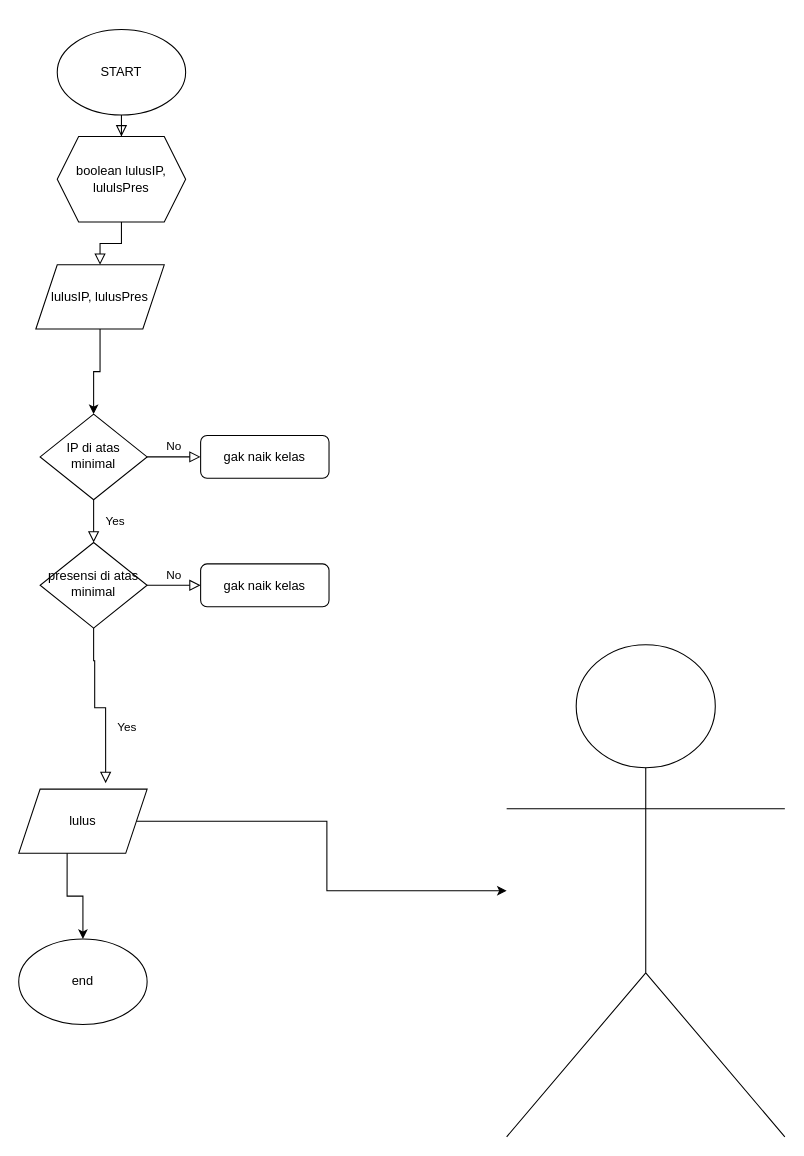
VozSoldat/Kuliah-Yes keeps this draw.io diagram as ddd.drawio. Above is the earlier version. Source tidied: cells renumbered, new cells numbered last; positions are measured from the earlier drawing's top-left corner, leaving out a move shared by most shapes. Both pictures are drawn from the tidied source at 107%, with x=0, y=0 at pixel (18, 29).
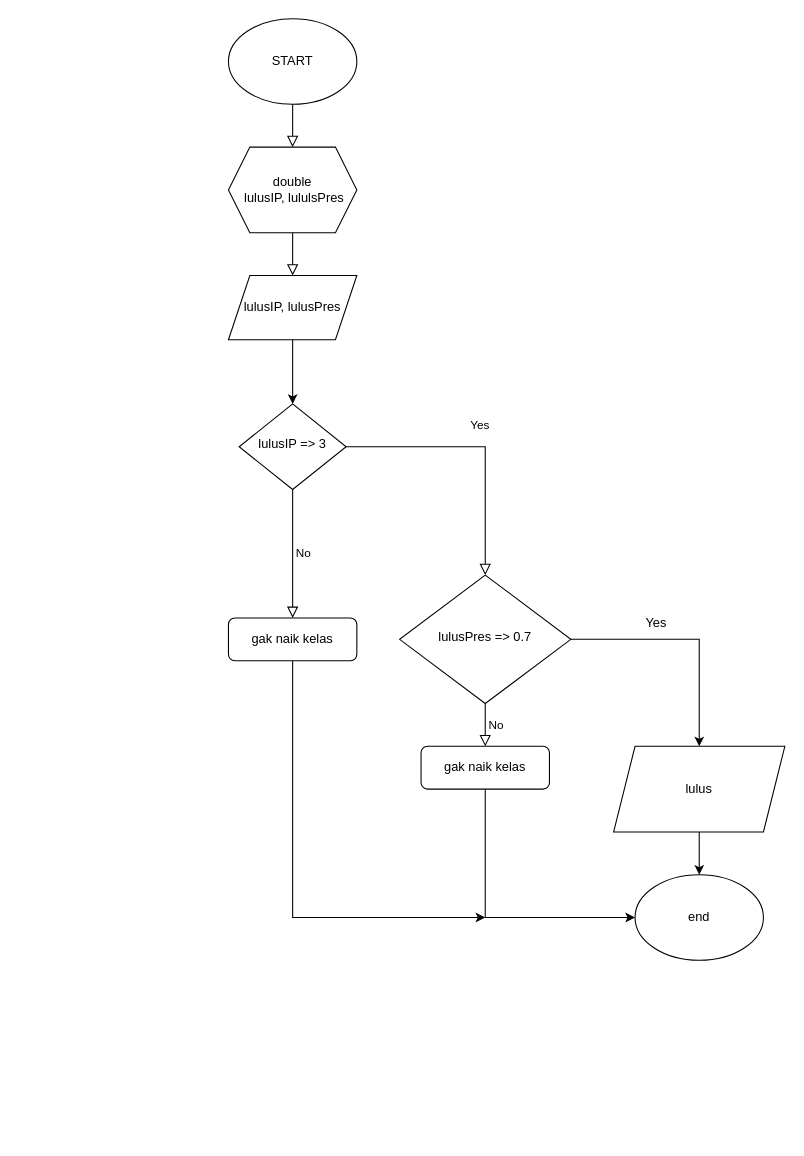
After the change.

The edit, as a diff of the source:
```diff
@@
-    <mxCell id="5" value="IP di atas minimal" style="rhombus;whiteSpace=wrap;html=1;shadow=0;fontFamily=Helvetica;fontSize=12;align=center;strokeWidth=1;spacing=6;spacingTop=-4;" parent="1" vertex="1">
-      <mxGeometry x="20" y="359.5" width="100" height="80" as="geometry" />
+    <mxCell id="5" value="lulusIP =&amp;gt; 3" style="rhombus;whiteSpace=wrap;html=1;shadow=0;fontFamily=Helvetica;fontSize=12;align=center;strokeWidth=1;spacing=6;spacingTop=-4;" parent="1" vertex="1">
+      <mxGeometry x="206" y="350" width="100" height="80" as="geometry" />
     </mxCell>
+    <mxCell id="21" style="edgeStyle=orthogonalEdgeStyle;rounded=0;jettySize=auto;html=1;" parent="1" edge="1" source="6">
+      <mxGeometry relative="1" as="geometry">
+        <mxPoint x="436" y="830" as="targetPoint" />
+        <Array as="points">
+          <mxPoint x="256" y="830" />
+        </Array>
+      </mxGeometry>
+    </mxCell>
     <mxCell id="6" value="gak naik kelas" style="rounded=1;whiteSpace=wrap;html=1;fontSize=12;glass=0;strokeWidth=1;shadow=0;" parent="1" vertex="1">
-      <mxGeometry x="170" y="379.5" width="120" height="40" as="geometry" />
+      <mxGeometry x="196" y="550" width="120" height="40" as="geometry" />
     </mxCell>
-    <mxCell id="7" value="Yes" style="rounded=0;html=1;jettySize=auto;fontSize=11;endArrow=block;endFill=0;endSize=8;strokeWidth=1;shadow=0;labelBackgroundColor=none;edgeStyle=orthogonalEdgeStyle;entryX=0.677;entryY=-0.093;entryDx=0;entryDy=0;entryPerimeter=0;" parent="1" edge="1" source="9" target="19">
-      <mxGeometry x="0.33" y="20" relative="1" as="geometry">
-        <Array as="points">
-          <mxPoint x="70" y="590" />
-          <mxPoint x="71" y="590" />
-          <mxPoint x="71" y="634" />
-        </Array>
-      </mxGeometry>
-    </mxCell>
@@
+    <mxCell id="22" style="edgeStyle=orthogonalEdgeStyle;rounded=0;jettySize=auto;html=1;entryX=0.5;entryY=0;entryDx=0;entryDy=0;" parent="1" edge="1" source="9" target="19">
+      <mxGeometry relative="1" as="geometry" />
+    </mxCell>
-    <mxCell id="9" value="presensi di atas minimal" style="rhombus;whiteSpace=wrap;html=1;shadow=0;fontFamily=Helvetica;fontSize=12;align=center;strokeWidth=1;spacing=6;spacingTop=-4;" parent="1" vertex="1">
-      <mxGeometry x="20" y="479.5" width="100" height="80" as="geometry" />
+    <mxCell id="9" value="lulusPres =&amp;gt; 0.7" style="rhombus;whiteSpace=wrap;html=1;shadow=0;fontFamily=Helvetica;fontSize=12;align=center;strokeWidth=1;spacing=6;spacingTop=-4;" parent="1" vertex="1">
+      <mxGeometry x="356" y="510" width="160" height="120" as="geometry" />
     </mxCell>
+    <mxCell id="23" style="edgeStyle=orthogonalEdgeStyle;rounded=0;jettySize=auto;html=1;entryX=0;entryY=0.5;entryDx=0;entryDy=0;" parent="1" edge="1" source="10" target="20">
+      <mxGeometry relative="1" as="geometry">
+        <Array as="points">
+          <mxPoint x="436" y="830" />
+        </Array>
+      </mxGeometry>
+    </mxCell>
     <mxCell id="10" value="gak naik kelas" style="rounded=1;whiteSpace=wrap;html=1;fontSize=12;glass=0;strokeWidth=1;shadow=0;" parent="1" vertex="1">
-      <mxGeometry x="170" y="499.5" width="120" height="40" as="geometry" />
+      <mxGeometry x="376" y="670" width="120" height="40" as="geometry" />
     </mxCell>
     <mxCell id="11" value="START" style="ellipse;whiteSpace=wrap;html=1;" parent="1" vertex="1">
-      <mxGeometry x="36" width="120" height="80" as="geometry" />
+      <mxGeometry x="196" y="-10" width="120" height="80" as="geometry" />
     </mxCell>
-    <mxCell id="12" style="shape=umlActor;verticalLabelPosition=bottom;verticalAlign=top;html=1;outlineConnect=0;" parent="1" vertex="1">
-      <mxGeometry x="456" y="575" width="260" height="460" as="geometry" />
-    </mxCell>
@@
-    <mxCell id="14" value="boolean lulusIP, lululsPres" style="shape=hexagon;perimeter=hexagonPerimeter2;whiteSpace=wrap;html=1;fixedSize=1;" parent="1" vertex="1">
-      <mxGeometry x="36" y="100" width="120" height="80" as="geometry" />
+    <mxCell id="14" value="double&lt;br&gt;&amp;nbsp;lulusIP, lululsPres" style="shape=hexagon;perimeter=hexagonPerimeter2;whiteSpace=wrap;html=1;fixedSize=1;" parent="1" vertex="1">
+      <mxGeometry x="196" y="110" width="120" height="80" as="geometry" />
     </mxCell>
@@
     <mxCell id="16" value="lulusIP, lulusPres" style="shape=parallelogram;perimeter=parallelogramPerimeter;whiteSpace=wrap;html=1;fixedSize=1;" parent="1" vertex="1">
-      <mxGeometry x="16" y="220" width="120" height="60" as="geometry" />
+      <mxGeometry x="196" y="230" width="120" height="60" as="geometry" />
     </mxCell>
-    <mxCell id="17" style="edgeStyle=orthogonalEdgeStyle;rounded=0;jettySize=auto;html=1;entryX=0.5;entryY=0;entryDx=0;entryDy=0;exitX=0.377;exitY=0.973;exitDx=0;exitDy=0;exitPerimeter=0;" parent="1" edge="1" source="19" target="20">
+    <mxCell id="17" style="edgeStyle=orthogonalEdgeStyle;rounded=0;jettySize=auto;html=1;entryX=0.5;entryY=0;entryDx=0;entryDy=0;exitX=0.5;exitY=1;exitDx=0;exitDy=0;" parent="1" edge="1" source="19" target="20">
       <mxGeometry relative="1" as="geometry" />
     </mxCell>
-    <mxCell id="18" style="edgeStyle=orthogonalEdgeStyle;rounded=0;jettySize=auto;html=1;" parent="1" edge="1" source="19" target="12">
-      <mxGeometry relative="1" as="geometry" />
-    </mxCell>
     <mxCell id="19" value="lulus" style="shape=parallelogram;perimeter=parallelogramPerimeter;whiteSpace=wrap;html=1;fixedSize=1;" parent="1" vertex="1">
-      <mxGeometry y="710" width="120" height="60" as="geometry" />
+      <mxGeometry x="556" y="670" width="160" height="80" as="geometry" />
     </mxCell>
     <mxCell id="20" value="end" style="ellipse;whiteSpace=wrap;html=1;" parent="1" vertex="1">
-      <mxGeometry y="850" width="120" height="80" as="geometry" />
+      <mxGeometry x="576" y="790" width="120" height="80" as="geometry" />
     </mxCell>
+    <mxCell id="7" value="Yes" style="text;html=1;strokeColor=none;fillColor=none;align=center;verticalAlign=middle;whiteSpace=wrap;rounded=0;" parent="1" vertex="1">
+      <mxGeometry x="566" y="540" width="60" height="30" as="geometry" />
+    </mxCell>
```
